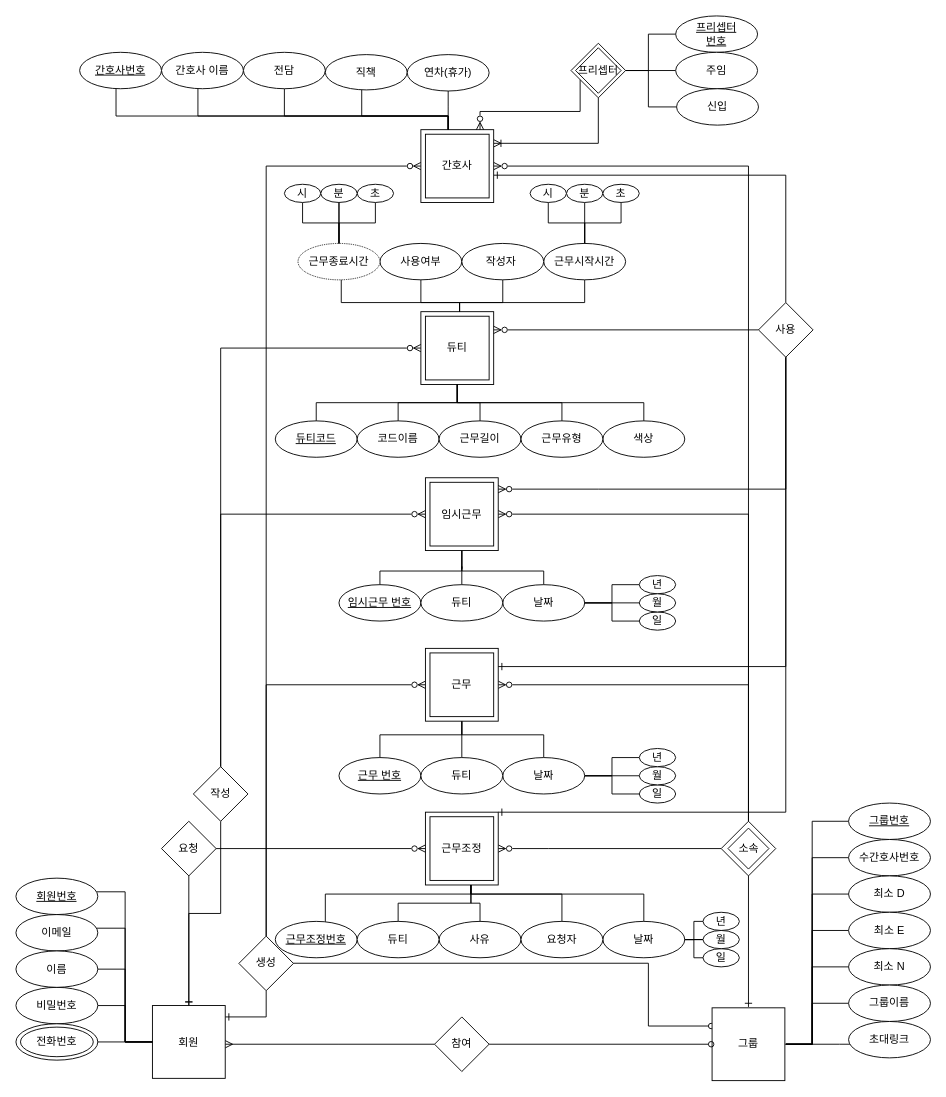
This is Untitled Diagram.drawio from pyoyeongun/webdanseom, a draw.io file, before an edit. Source tidied: cells renumbered, new cells numbered last; positions are measured from the earlier drawing's top-left corner, leaving out a move shared by most shapes. Both pictures are drawn from the tidied source at 91%, with x=0, y=0 at pixel (15, 15).
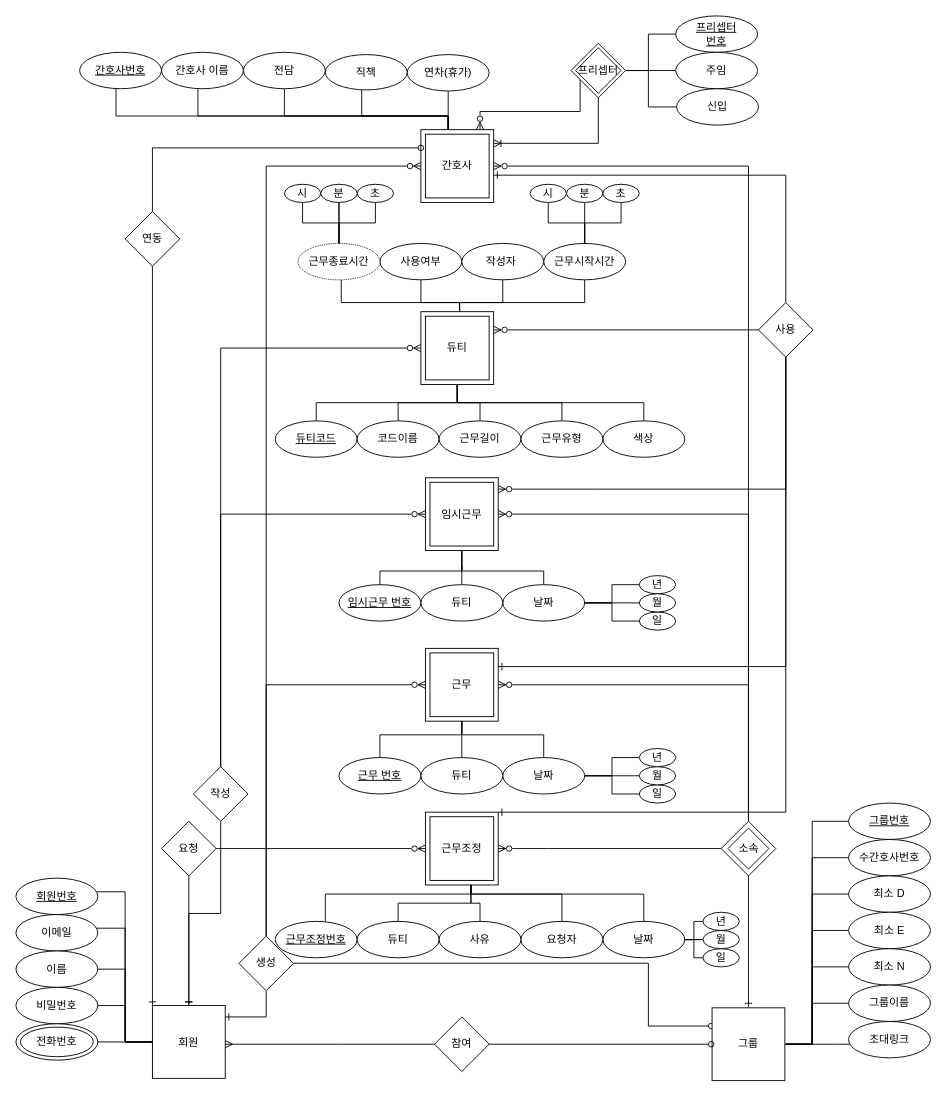
After the change.

The change refers to these unchanged cells:
```xml
<mxCell id="5" value="회원" style="whiteSpace=wrap;html=1;" parent="1" vertex="1">
  <mxGeometry x="150" y="1087.5" width="80" height="80" as="geometry" />
</mxCell>
<mxCell id="74" style="whiteSpace=wrap;html=1;gradientColor=#ffffff;gradientDirection=south;strokeColor=default;rounded=0;" parent="1" vertex="1">
  <mxGeometry x="445" y="125" width="80" height="80" as="geometry" />
</mxCell>
```

The edit, as a diff of the source:
```diff
@@
+    <mxCell id="158" style="edgeStyle=orthogonalEdgeStyle;rounded=0;jettySize=auto;html=1;startArrow=ERone;startFill=0;endArrow=none;endFill=0;" parent="1" edge="1" source="5" target="160">
+      <mxGeometry relative="1" as="geometry">
+        <Array as="points">
+          <mxPoint x="150" y="285" />
+        </Array>
+      </mxGeometry>
+    </mxCell>
@@
+    <mxCell id="159" style="edgeStyle=orthogonalEdgeStyle;rounded=0;jettySize=auto;html=1;startArrow=none;startFill=0;endArrow=oval;endFill=0;" parent="1" edge="1" source="160" target="74">
+      <mxGeometry relative="1" as="geometry">
+        <Array as="points">
+          <mxPoint x="150" y="145" />
+        </Array>
+      </mxGeometry>
+    </mxCell>
+    <mxCell id="160" value="연동" style="rhombus;whiteSpace=wrap;html=1;" parent="1" vertex="1">
+      <mxGeometry x="120" y="215" width="60" height="60" as="geometry" />
+    </mxCell>
```
